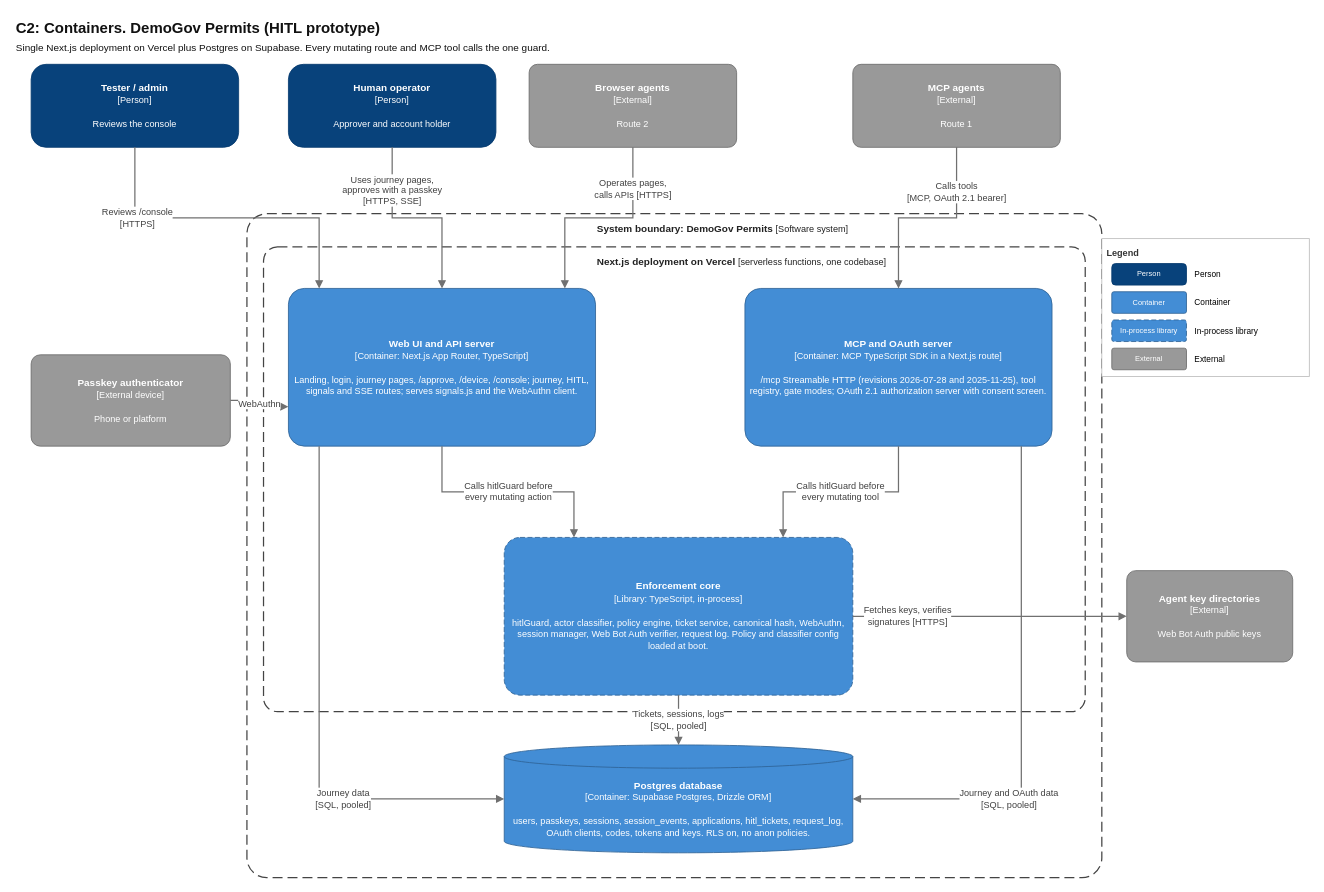
Before: page "C2 Containers" (2 of 6) of docs/ArchitectureDiagram.drawio in WilsonWordsofWisdom/systemsideHITL, a draw.io diagram. Source tidied: cells renumbered, new cells numbered last; positions are measured from the earlier drawing's top-left corner, leaving out a move shared by most shapes. Both pictures are drawn from the tidied source at 83%, with x=0, y=0 at pixel (14, 14).
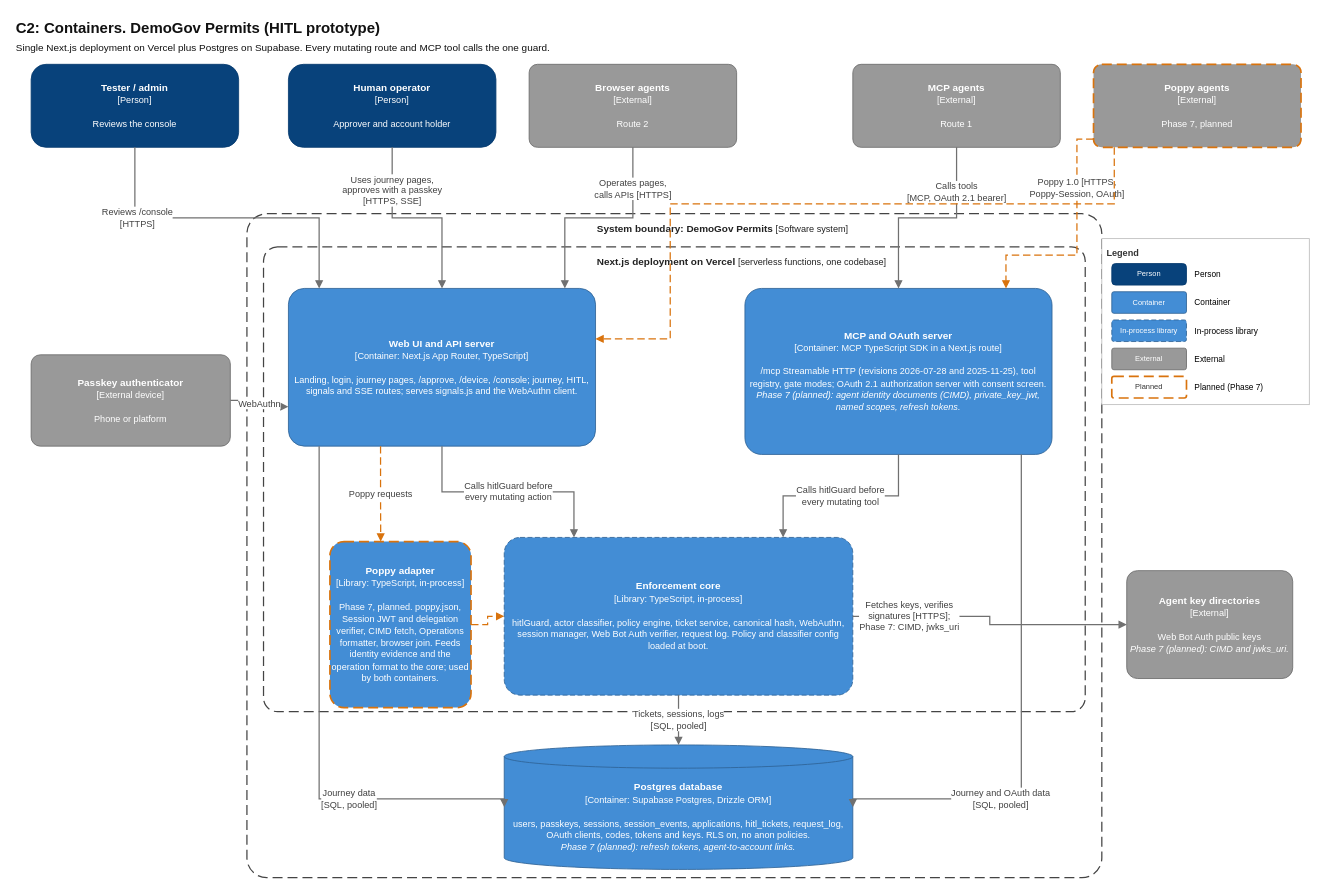
The same diagram, later.

Commit message (it also covers changes not shown here):
C4 diagrams: Phase 7 Poppy adapter (planned) and deployment fixes

Unchanged cells that the change refers to:
```xml
<mxCell id="13" value="&lt;b&gt;Web UI and API server&lt;/b&gt;&lt;br&gt;&lt;span style='font-size:11px'&gt;[Container: Next.js App Router, TypeScript]&lt;/span&gt;&lt;br&gt;&lt;br&gt;&lt;span style='font-size:11px'&gt;Landing, login, journey pages, /approve, /device, /console; journey, HITL, signals and SSE routes; serves signals.js and the WebAuthn client.&lt;/span&gt;" style="whiteSpace=wrap;html=1;fontSize=12;align=center;verticalAlign=middle;rounded=1;arcSize=10;fillColor=#438DD5;strokeColor=#2E6295;fontColor=#FFFFFF;" parent="1" vertex="1">
  <mxGeometry x="330" y="330" width="370" height="190" as="geometry" />
</mxCell>
<mxCell id="15" value="&lt;b&gt;Enforcement core&lt;/b&gt;&lt;br&gt;&lt;span style='font-size:11px'&gt;[Library: TypeScript, in-process]&lt;/span&gt;&lt;br&gt;&lt;br&gt;&lt;span style='font-size:11px'&gt;hitlGuard, actor classifier, policy engine, ticket service, canonical hash, WebAuthn, session manager, Web Bot Auth verifier, request log. Policy and classifier config loaded at boot.&lt;/span&gt;" style="whiteSpace=wrap;html=1;fontSize=12;align=center;verticalAlign=middle;rounded=1;arcSize=10;fillColor=#438DD5;strokeColor=#2E6295;fontColor=#FFFFFF;dashed=1;dashPattern=6 3;" parent="1" vertex="1">
  <mxGeometry x="590" y="630" width="420" height="190" as="geometry" />
</mxCell>
```

Change to the diagram source:
```diff
@@
-    <mxCell id="8" value="&lt;b&gt;Agent key directories&lt;/b&gt;&lt;br&gt;&lt;span style='font-size:11px'&gt;[External]&lt;/span&gt;&lt;br&gt;&lt;br&gt;&lt;span style='font-size:11px'&gt;Web Bot Auth public keys&lt;/span&gt;" style="whiteSpace=wrap;html=1;fontSize=12;align=center;verticalAlign=middle;rounded=1;arcSize=10;fillColor=#999999;strokeColor=#6B6B6B;fontColor=#FFFFFF;" parent="1" vertex="1">
-      <mxGeometry x="1340" y="670" width="200" height="110" as="geometry" />
+    <mxCell id="8" value="&lt;b&gt;Agent key directories&lt;/b&gt;&lt;br&gt;&lt;span style='font-size:11px'&gt;[External]&lt;/span&gt;&lt;br&gt;&lt;br&gt;&lt;span style='font-size:11px'&gt;Web Bot Auth public keys&lt;/span&gt;&lt;br&gt;&lt;span style='font-size:11px'&gt;&lt;i&gt;Phase 7 (planned): CIMD and jwks_uri.&lt;/i&gt;&lt;/span&gt;" style="whiteSpace=wrap;html=1;fontSize=12;align=center;verticalAlign=middle;rounded=1;arcSize=10;fillColor=#999999;strokeColor=#6B6B6B;fontColor=#FFFFFF;" parent="1" vertex="1">
+      <mxGeometry x="1340" y="670" width="200" height="130" as="geometry" />
     </mxCell>
@@
-    <mxCell id="14" value="&lt;b&gt;MCP and OAuth server&lt;/b&gt;&lt;br&gt;&lt;span style='font-size:11px'&gt;[Container: MCP TypeScript SDK in a Next.js route]&lt;/span&gt;&lt;br&gt;&lt;br&gt;&lt;span style='font-size:11px'&gt;/mcp Streamable HTTP (revisions 2026-07-28 and 2025-11-25), tool registry, gate modes; OAuth 2.1 authorization server with consent screen.&lt;/span&gt;" style="whiteSpace=wrap;html=1;fontSize=12;align=center;verticalAlign=middle;rounded=1;arcSize=10;fillColor=#438DD5;strokeColor=#2E6295;fontColor=#FFFFFF;" parent="1" vertex="1">
-      <mxGeometry x="880" y="330" width="370" height="190" as="geometry" />
+    <mxCell id="14" value="&lt;b&gt;MCP and OAuth server&lt;/b&gt;&lt;br&gt;&lt;span style='font-size:11px'&gt;[Container: MCP TypeScript SDK in a Next.js route]&lt;/span&gt;&lt;br&gt;&lt;br&gt;&lt;span style='font-size:11px'&gt;/mcp Streamable HTTP (revisions 2026-07-28 and 2025-11-25), tool registry, gate modes; OAuth 2.1 authorization server with consent screen.&lt;/span&gt;&lt;br&gt;&lt;span style='font-size:11px'&gt;&lt;i&gt;Phase 7 (planned): agent identity documents (CIMD), private_key_jwt, named scopes, refresh tokens.&lt;/i&gt;&lt;/span&gt;" style="whiteSpace=wrap;html=1;fontSize=12;align=center;verticalAlign=middle;rounded=1;arcSize=10;fillColor=#438DD5;strokeColor=#2E6295;fontColor=#FFFFFF;" parent="1" vertex="1">
+      <mxGeometry x="880" y="330" width="370" height="200" as="geometry" />
     </mxCell>
@@
-    <mxCell id="16" value="&lt;b&gt;Postgres database&lt;/b&gt;&lt;br&gt;&lt;span style='font-size:11px'&gt;[Container: Supabase Postgres, Drizzle ORM]&lt;/span&gt;&lt;br&gt;&lt;br&gt;&lt;span style='font-size:11px'&gt;users, passkeys, sessions, session_events, applications, hitl_tickets, request_log, OAuth clients, codes, tokens and keys. RLS on, no anon policies.&lt;/span&gt;" style="whiteSpace=wrap;html=1;fontSize=12;align=center;verticalAlign=middle;shape=cylinder3;boundedLbl=1;backgroundOutline=1;size=14;fillColor=#438DD5;strokeColor=#2E6295;fontColor=#FFFFFF;" parent="1" vertex="1">
-      <mxGeometry x="590" y="880" width="420" height="130" as="geometry" />
+    <mxCell id="16" value="&lt;b&gt;Postgres database&lt;/b&gt;&lt;br&gt;&lt;span style='font-size:11px'&gt;[Container: Supabase Postgres, Drizzle ORM]&lt;/span&gt;&lt;br&gt;&lt;br&gt;&lt;span style='font-size:11px'&gt;users, passkeys, sessions, session_events, applications, hitl_tickets, request_log, OAuth clients, codes, tokens and keys. RLS on, no anon policies.&lt;/span&gt;&lt;br&gt;&lt;span style='font-size:11px'&gt;&lt;i&gt;Phase 7 (planned): refresh tokens, agent-to-account links.&lt;/i&gt;&lt;/span&gt;" style="whiteSpace=wrap;html=1;fontSize=12;align=center;verticalAlign=middle;shape=cylinder3;boundedLbl=1;backgroundOutline=1;size=14;fillColor=#438DD5;strokeColor=#2E6295;fontColor=#FFFFFF;" parent="1" vertex="1">
+      <mxGeometry x="590" y="880" width="420" height="150" as="geometry" />
     </mxCell>
@@
-    <mxCell id="27" value="Fetches keys, verifies&lt;br&gt;signatures [HTTPS]" style="edgeStyle=orthogonalEdgeStyle;rounded=0;jettySize=auto;html=1;endArrow=block;endFill=1;strokeColor=#707070;strokeWidth=1.5;fontSize=11;fontColor=#404040;labelBackgroundColor=#FFFFFF;exitX=1;exitY=0.5;exitDx=0;exitDy=0;entryX=0;entryY=0.5;entryDx=0;entryDy=0;" parent="1" edge="1" source="15" target="8">
+    <mxCell id="27" value="Fetches keys, verifies&lt;br&gt;signatures [HTTPS];&lt;br&gt;Phase 7: CIMD, jwks_uri" style="edgeStyle=orthogonalEdgeStyle;rounded=0;jettySize=auto;html=1;endArrow=block;endFill=1;strokeColor=#707070;strokeWidth=1.5;fontSize=11;fontColor=#404040;labelBackgroundColor=#FFFFFF;exitX=1;exitY=0.5;exitDx=0;exitDy=0;entryX=0;entryY=0.5;entryDx=0;entryDy=0;" parent="1" edge="1" source="15" target="8">
       <mxGeometry x="-0.6" relative="1" as="geometry" />
     </mxCell>
     <mxCell id="28" value="&lt;b&gt;Legend&lt;/b&gt;" style="text;html=1;strokeColor=#BBBBBB;fillColor=#FFFFFF;align=left;verticalAlign=top;fontSize=11;fontColor=#333333;whiteSpace=wrap;spacing=6;" parent="1" vertex="1">
-      <mxGeometry x="1310" y="270" width="250" height="166" as="geometry" />
+      <mxGeometry x="1310" y="270" width="250" height="200" as="geometry" />
     </mxCell>
@@
+    <mxCell id="37" value="&lt;b&gt;Poppy agents&lt;/b&gt;&lt;br&gt;&lt;span style='font-size:11px'&gt;[External]&lt;/span&gt;&lt;br&gt;&lt;br&gt;&lt;span style='font-size:11px'&gt;Phase 7, planned&lt;/span&gt;" style="whiteSpace=wrap;html=1;fontSize=12;align=center;verticalAlign=middle;rounded=1;arcSize=10;fillColor=#999999;strokeColor=#D9730D;fontColor=#FFFFFF;strokeWidth=2;dashed=1;dashPattern=6 3;" parent="1" vertex="1">
+      <mxGeometry x="1300" y="60" width="250" height="100" as="geometry" />
+    </mxCell>
+    <mxCell id="38" value="&lt;b&gt;Poppy adapter&lt;/b&gt;&lt;br&gt;&lt;span style='font-size:11px'&gt;[Library: TypeScript, in-process]&lt;/span&gt;&lt;br&gt;&lt;br&gt;&lt;span style='font-size:11px'&gt;Phase 7, planned. poppy.json, Session JWT and delegation verifier, CIMD fetch, Operations formatter, browser join. Feeds identity evidence and the operation format to the core; used by both containers.&lt;/span&gt;" style="whiteSpace=wrap;html=1;fontSize=12;align=center;verticalAlign=middle;rounded=1;arcSize=10;fillColor=#438DD5;strokeColor=#D9730D;fontColor=#FFFFFF;strokeWidth=2;dashed=1;dashPattern=6 3;" parent="1" vertex="1">
+      <mxGeometry x="380" y="635" width="170" height="200" as="geometry" />
+    </mxCell>
+    <mxCell id="39" value="Poppy 1.0 [HTTPS,&lt;br&gt;Poppy-Session, OAuth]" style="edgeStyle=orthogonalEdgeStyle;rounded=0;jettySize=auto;html=1;endArrow=block;endFill=1;strokeColor=#D9730D;strokeWidth=1.5;fontSize=11;fontColor=#404040;labelBackgroundColor=#FFFFFF;dashed=1;dashPattern=6 3;exitX=0;exitY=0.9;exitDx=0;exitDy=0;entryX=0.85;entryY=0;entryDx=0;entryDy=0;" parent="1" edge="1" source="37" target="14">
+      <mxGeometry x="-0.45" relative="1" as="geometry">
+        <Array as="points">
+          <mxPoint x="1280" y="150" />
+          <mxPoint x="1280" y="290" />
+          <mxPoint x="1194.5" y="290" />
+        </Array>
+      </mxGeometry>
+    </mxCell>
+    <mxCell id="40" style="edgeStyle=orthogonalEdgeStyle;rounded=0;jettySize=auto;html=1;endArrow=block;endFill=1;strokeColor=#D9730D;strokeWidth=1.5;fontSize=11;fontColor=#404040;labelBackgroundColor=#FFFFFF;dashed=1;dashPattern=6 3;exitX=0.1;exitY=1;exitDx=0;exitDy=0;entryX=1;entryY=0.32;entryDx=0;entryDy=0;" parent="1" edge="1" source="37" target="13">
+      <mxGeometry relative="1" as="geometry">
+        <Array as="points">
+          <mxPoint x="1325" y="228" />
+          <mxPoint x="790" y="228" />
+          <mxPoint x="790" y="390.8" />
+        </Array>
+      </mxGeometry>
+    </mxCell>
+    <mxCell id="41" value="Poppy requests" style="edgeStyle=orthogonalEdgeStyle;rounded=0;jettySize=auto;html=1;endArrow=block;endFill=1;strokeColor=#D9730D;strokeWidth=1.5;fontSize=11;fontColor=#404040;labelBackgroundColor=#FFFFFF;dashed=1;dashPattern=6 3;exitX=0.3;exitY=1;exitDx=0;exitDy=0;entryX=0.36;entryY=0;entryDx=0;entryDy=0;" parent="1" edge="1" source="13" target="38">
+      <mxGeometry relative="1" as="geometry" />
+    </mxCell>
+    <mxCell id="42" style="edgeStyle=orthogonalEdgeStyle;rounded=0;jettySize=auto;html=1;endArrow=block;endFill=1;strokeColor=#D9730D;strokeWidth=1.5;fontSize=11;fontColor=#404040;labelBackgroundColor=#FFFFFF;dashed=1;dashPattern=6 3;exitX=1;exitY=0.5;exitDx=0;exitDy=0;entryX=0;entryY=0.5;entryDx=0;entryDy=0;" parent="1" edge="1" source="38" target="15">
+      <mxGeometry relative="1" as="geometry" />
+    </mxCell>
+    <mxCell id="43" value="Planned" style="whiteSpace=wrap;html=1;fontSize=9;align=center;verticalAlign=middle;rounded=1;arcSize=10;fillColor=#FFFFFF;strokeColor=#D9730D;fontColor=#333333;strokeWidth=2;dashed=1;dashPattern=6 3;" parent="1" vertex="1">
+      <mxGeometry x="1322" y="436" width="90" height="26" as="geometry" />
+    </mxCell>
+    <mxCell id="44" value="Planned (Phase 7)" style="text;html=1;strokeColor=none;fillColor=none;align=left;verticalAlign=middle;fontSize=10;" parent="1" vertex="1">
+      <mxGeometry x="1420" y="436" width="135" height="26" as="geometry" />
+    </mxCell>
```
